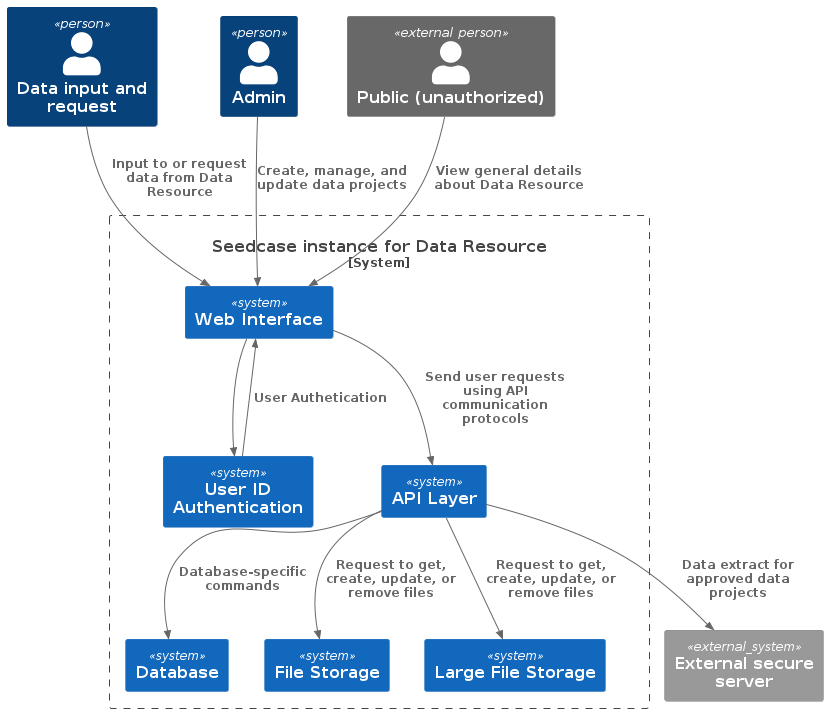
seedcase-project/seedcase-website keeps this PlantUML diagram as design/images/container.png. Above is the earlier version.
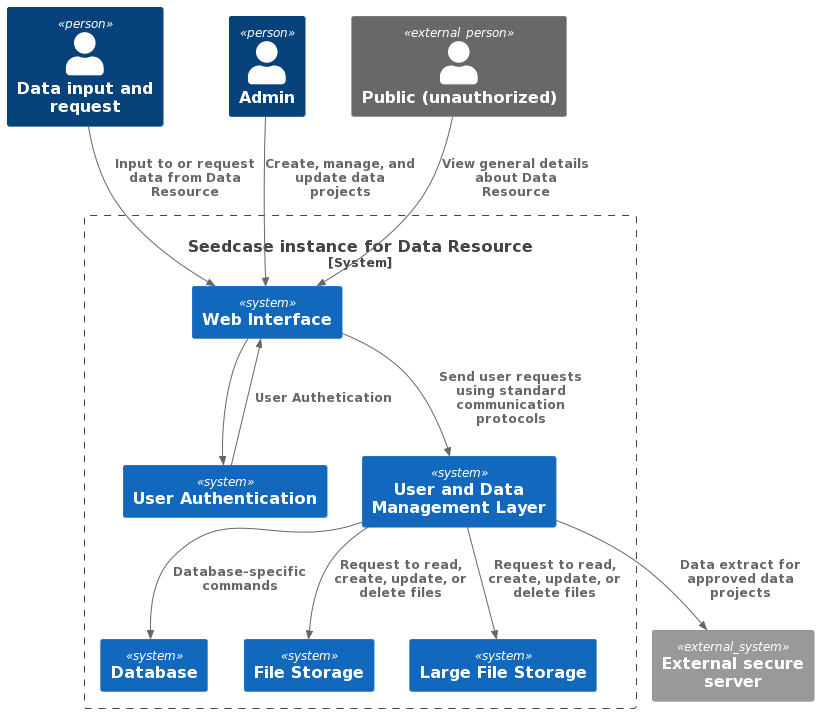
Above is the later version.

Commit message:
Update container related doc

Diff of the diagram source:
```diff
@@ -7,8 +7,8 @@
 
 System_Boundary(seedcase, "Seedcase instance for Data Resource") {
   System(web_framework, "Web Interface")
-  System(id_management, "User ID Authentication")
-  System(api_framework, "API Layer")
+  System(id_management, "User Authentication")
+  System(management_framework, "User and Data Management Layer")
   System(backend_database, "Database")
   System(backend_file_storage, "File Storage")
   System(backend_large_file_storage, "Large File Storage")
@@ -21,9 +21,9 @@
 Rel(user_admin, web_framework, "Create, manage, and update data projects")
 Rel(id_management, web_framework, "User Authetication")
 Rel(web_framework, id_management, "")
-Rel(web_framework, api_framework, "Send user requests using API communication protocols")
-Rel(api_framework, backend_database, "Database-specific commands")
-Rel(api_framework, backend_file_storage, "Request to get, create, update, or remove files")
-Rel(api_framework, backend_large_file_storage, "Request to get, create, update, or remove files")
-Rel(api_framework, external_server, "Data extract for approved data projects")
+Rel(web_framework, management_framework, "Send user requests using standard communication protocols")
+Rel(management_framework, backend_database, "Database-specific commands")
+Rel(management_framework, backend_file_storage, "Request to read, create, update, or delete files")
+Rel(management_framework, backend_large_file_storage, "Request to read, create, update, or delete files")
+Rel(management_framework, external_server, "Data extract for approved data projects")
 @enduml
```
